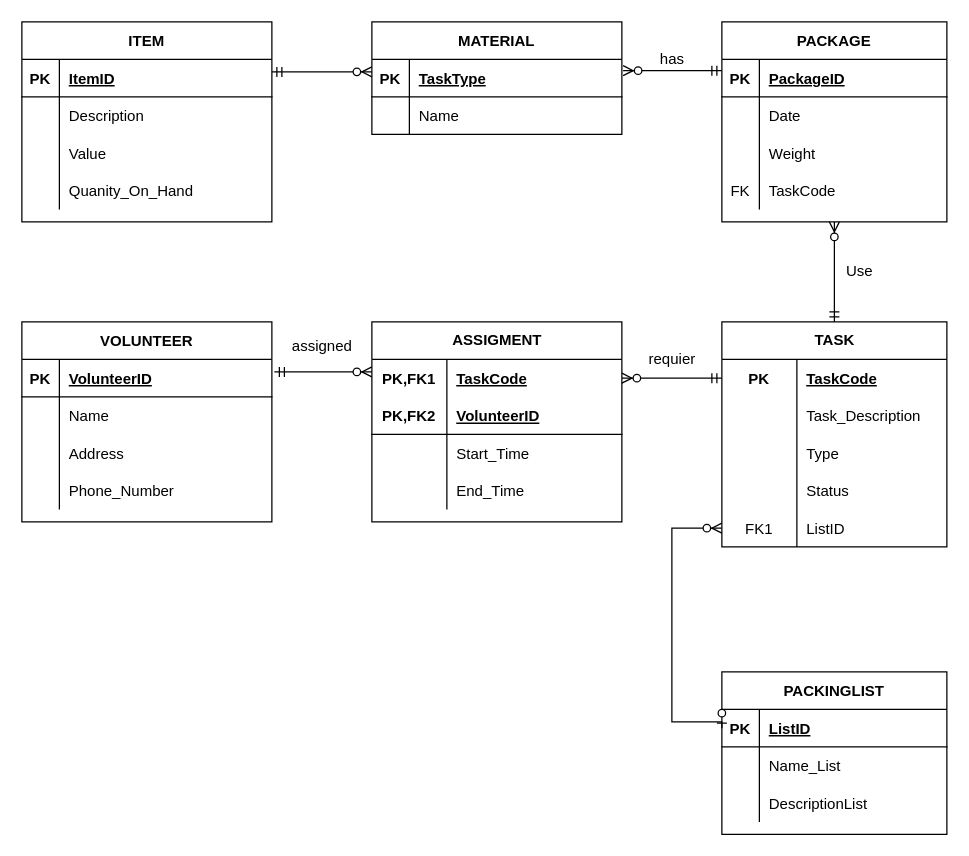
The draw.io diagram Untitled Diagram.drawio in VehabK/a07_erds, before the edit. Source tidied: cells renumbered, new cells numbered last; positions are measured from the earlier drawing's top-left corner, leaving out a move shared by most shapes. Both pictures are drawn from the tidied source at 125%, with x=0, y=0 at pixel (21, 21).
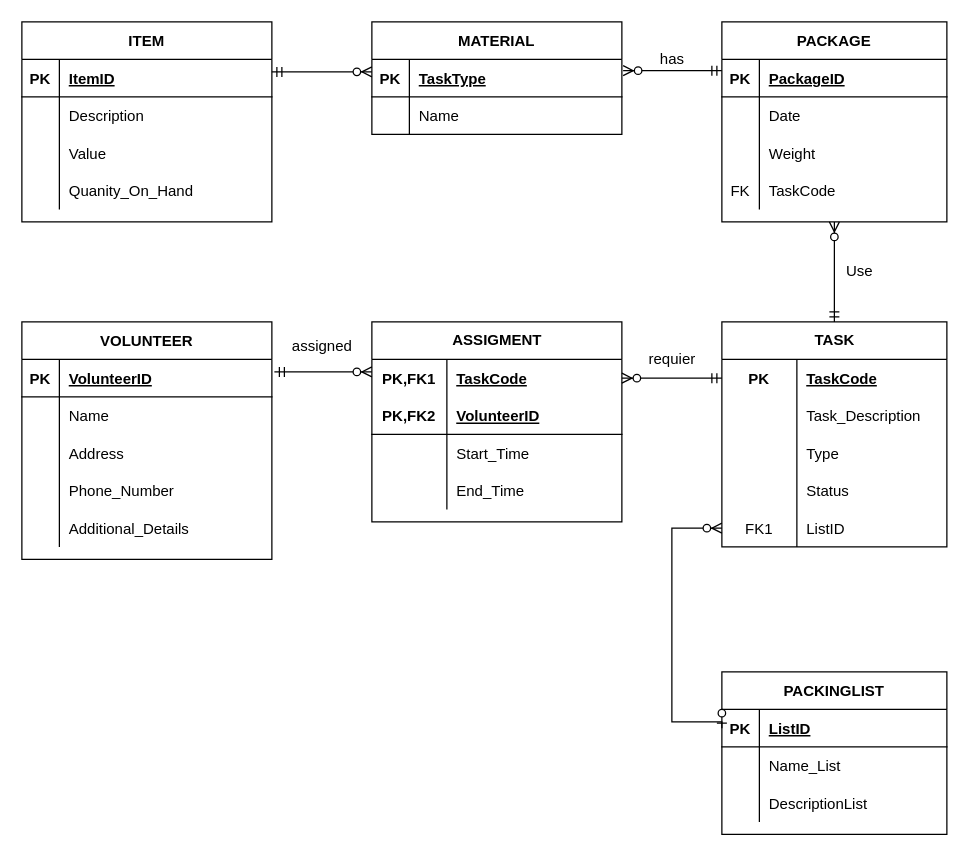
The same diagram, later.

What changed in the source:
```diff
@@
     <mxCell id="35" value="VOLUNTEER" style="shape=table;startSize=30;childLayout=tableLayout;rowLines=0;fontStyle=1;align=center;" parent="1" vertex="1">
-      <mxGeometry y="240" width="200" height="160" as="geometry" />
+      <mxGeometry y="240" width="200" height="190" as="geometry" />
     </mxCell>
@@
+    <mxCell id="97" style="shape=partialRectangle;fillColor=none;top=0;left=0;bottom=0;right=0;" parent="35" vertex="1">
+      <mxGeometry y="150" width="200" height="30" as="geometry" />
+    </mxCell>
+    <mxCell id="98" style="shape=partialRectangle;fillColor=none;top=0;left=0;bottom=0;right=0;overflow=hidden;" parent="97" vertex="1">
+      <mxGeometry width="30" height="30" as="geometry" />
+    </mxCell>
+    <mxCell id="99" value="Additional_Details" style="shape=partialRectangle;fillColor=none;top=0;left=0;bottom=0;right=0;align=left;spacingLeft=6;overflow=hidden;" parent="97" vertex="1">
+      <mxGeometry x="30" width="170" height="30" as="geometry" />
+    </mxCell>
```
